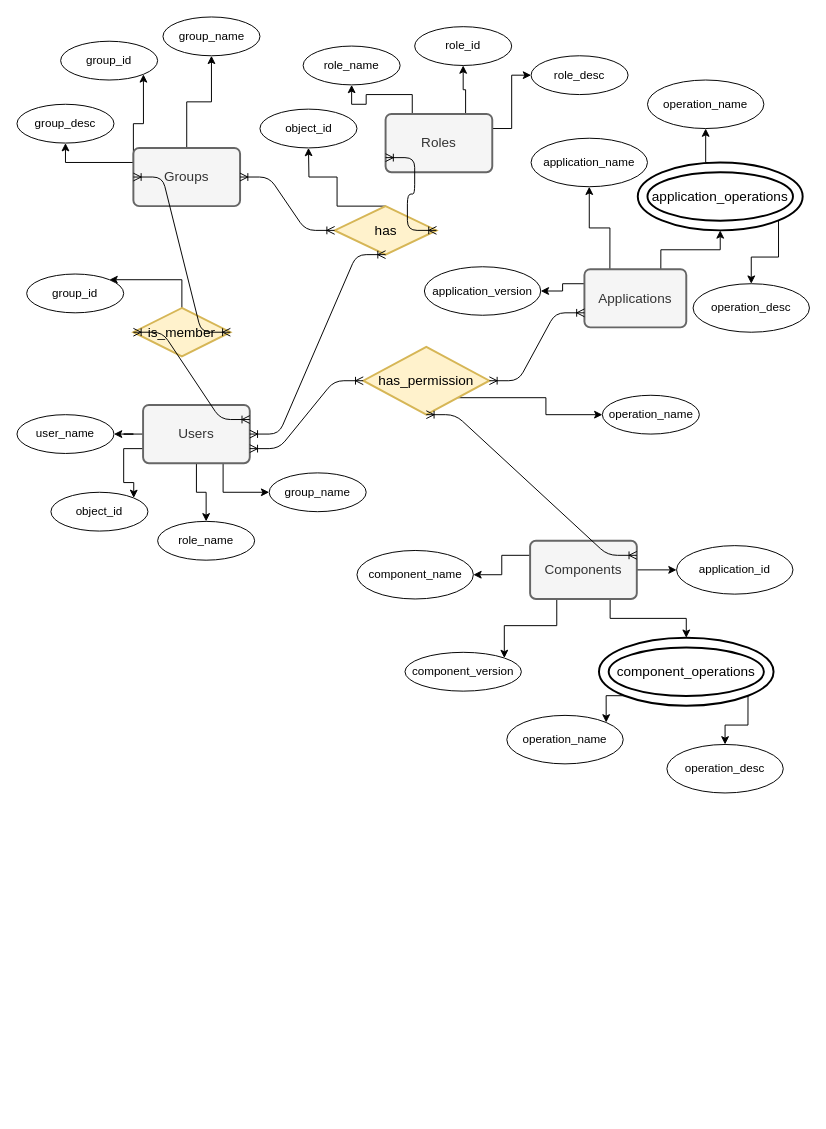
Before: PolicyServerDiagram.drawio in gazalle/IdentityManagement, a draw.io diagram. Source tidied: cells renumbered, new cells numbered last; positions are measured from the earlier drawing's top-left corner, leaving out a move shared by most shapes. Both pictures are drawn from the tidied source at 97%, with x=0, y=0 at pixel (16, 16).
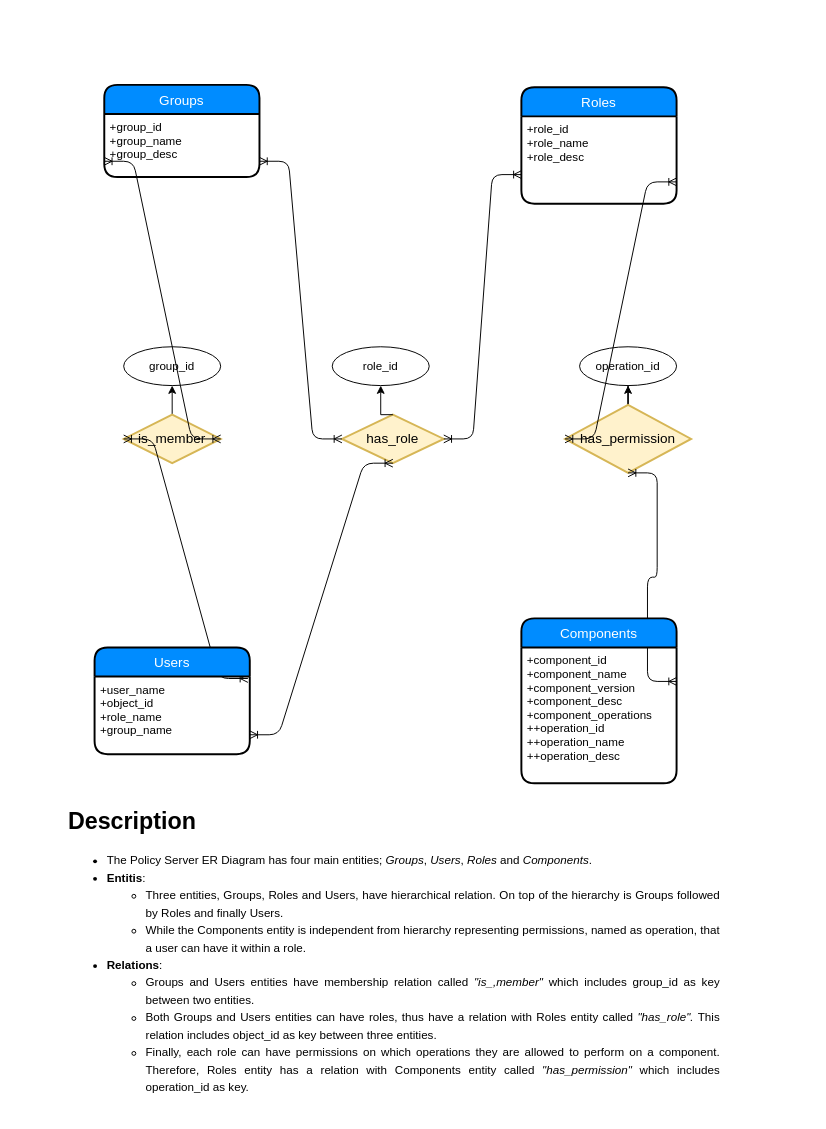
The same page after the edit.

What changed in the source:
```diff
@@
-    <mxCell id="2" style="edgeStyle=orthogonalEdgeStyle;rounded=0;jettySize=auto;html=1;exitX=0.5;exitY=0;exitDx=0;exitDy=0;" parent="1" edge="1" source="5" target="24">
-      <mxGeometry relative="1" as="geometry" />
-    </mxCell>
-    <mxCell id="3" style="edgeStyle=orthogonalEdgeStyle;rounded=0;jettySize=auto;html=1;exitX=0;exitY=0.25;exitDx=0;exitDy=0;entryX=1;entryY=1;entryDx=0;entryDy=0;" parent="1" edge="1" source="5" target="25">
-      <mxGeometry relative="1" as="geometry">
-        <Array as="points">
-          <mxPoint x="120" y="110" />
-          <mxPoint x="130" y="110" />
-        </Array>
-      </mxGeometry>
-    </mxCell>
-    <mxCell id="4" style="edgeStyle=orthogonalEdgeStyle;rounded=0;jettySize=auto;html=1;exitX=0;exitY=0.25;exitDx=0;exitDy=0;entryX=0.5;entryY=1;entryDx=0;entryDy=0;" parent="1" edge="1" source="5" target="26">
-      <mxGeometry relative="1" as="geometry" />
-    </mxCell>
-    <mxCell id="5" value="Groups" style="strokeWidth=2;rounded=1;arcSize=10;whiteSpace=wrap;html=1;align=center;fontSize=14;fillColor=#f5f5f5;strokeColor=#666666;fontColor=#333333;" parent="1" vertex="1">
-      <mxGeometry x="120" y="135" width="110" height="60" as="geometry" />
-    </mxCell>
-    <mxCell id="6" style="edgeStyle=orthogonalEdgeStyle;rounded=0;jettySize=auto;html=1;exitX=0.25;exitY=0;exitDx=0;exitDy=0;entryX=0.5;entryY=1;entryDx=0;entryDy=0;" parent="1" edge="1" source="9" target="27">
-      <mxGeometry relative="1" as="geometry" />
-    </mxCell>
-    <mxCell id="7" style="edgeStyle=orthogonalEdgeStyle;rounded=0;jettySize=auto;html=1;exitX=0.75;exitY=0;exitDx=0;exitDy=0;entryX=0.5;entryY=1;entryDx=0;entryDy=0;" parent="1" edge="1" source="9" target="28">
-      <mxGeometry relative="1" as="geometry" />
-    </mxCell>
-    <mxCell id="8" style="edgeStyle=orthogonalEdgeStyle;rounded=0;jettySize=auto;html=1;exitX=1;exitY=0.25;exitDx=0;exitDy=0;entryX=0;entryY=0.5;entryDx=0;entryDy=0;" parent="1" edge="1" source="9" target="29">
-      <mxGeometry relative="1" as="geometry" />
-    </mxCell>
-    <mxCell id="9" value="Roles" style="strokeWidth=2;rounded=1;arcSize=10;whiteSpace=wrap;html=1;align=center;fontSize=14;fillColor=#f5f5f5;strokeColor=#666666;fontColor=#333333;" parent="1" vertex="1">
-      <mxGeometry x="380" y="100" width="110" height="60" as="geometry" />
-    </mxCell>
-    <mxCell id="10" style="edgeStyle=orthogonalEdgeStyle;rounded=0;jettySize=auto;html=1;entryX=1;entryY=0.5;entryDx=0;entryDy=0;" parent="1" edge="1" source="14" target="34">
-      <mxGeometry relative="1" as="geometry" />
-    </mxCell>
-    <mxCell id="11" style="edgeStyle=orthogonalEdgeStyle;rounded=0;jettySize=auto;html=1;exitX=0;exitY=0.75;exitDx=0;exitDy=0;entryX=1;entryY=0;entryDx=0;entryDy=0;" parent="1" edge="1" source="14" target="35">
-      <mxGeometry relative="1" as="geometry" />
-    </mxCell>
-    <mxCell id="12" style="edgeStyle=orthogonalEdgeStyle;rounded=0;jettySize=auto;html=1;" parent="1" edge="1" source="14" target="37">
-      <mxGeometry relative="1" as="geometry" />
-    </mxCell>
-    <mxCell id="13" style="edgeStyle=orthogonalEdgeStyle;rounded=0;jettySize=auto;html=1;exitX=0.75;exitY=1;exitDx=0;exitDy=0;entryX=0;entryY=0.5;entryDx=0;entryDy=0;" parent="1" edge="1" source="14" target="38">
-      <mxGeometry relative="1" as="geometry" />
-    </mxCell>
-    <mxCell id="14" value="Users" style="strokeWidth=2;rounded=1;arcSize=10;whiteSpace=wrap;html=1;align=center;fontSize=14;fillColor=#f5f5f5;strokeColor=#666666;fontColor=#333333;" parent="1" vertex="1">
-      <mxGeometry x="130" y="400" width="110" height="60" as="geometry" />
-    </mxCell>
-    <mxCell id="15" style="edgeStyle=orthogonalEdgeStyle;rounded=0;jettySize=auto;html=1;exitX=0;exitY=0.25;exitDx=0;exitDy=0;entryX=1;entryY=0.5;entryDx=0;entryDy=0;" parent="1" edge="1" source="19" target="43">
-      <mxGeometry relative="1" as="geometry" />
-    </mxCell>
-    <mxCell id="16" style="edgeStyle=orthogonalEdgeStyle;rounded=0;jettySize=auto;html=1;exitX=1;exitY=0.5;exitDx=0;exitDy=0;entryX=0;entryY=0.5;entryDx=0;entryDy=0;" parent="1" edge="1" source="19" target="50">
-      <mxGeometry relative="1" as="geometry" />
-    </mxCell>
-    <mxCell id="17" style="edgeStyle=orthogonalEdgeStyle;rounded=0;jettySize=auto;html=1;exitX=0.25;exitY=1;exitDx=0;exitDy=0;entryX=1;entryY=0;entryDx=0;entryDy=0;" parent="1" edge="1" source="19" target="44">
-      <mxGeometry relative="1" as="geometry" />
-    </mxCell>
-    <mxCell id="18" style="edgeStyle=orthogonalEdgeStyle;rounded=0;jettySize=auto;html=1;exitX=0.75;exitY=1;exitDx=0;exitDy=0;entryX=0.5;entryY=0;entryDx=0;entryDy=0;" parent="1" edge="1" source="19" target="47">
-      <mxGeometry relative="1" as="geometry" />
-    </mxCell>
-    <mxCell id="19" value="Components" style="strokeWidth=2;rounded=1;arcSize=10;whiteSpace=wrap;html=1;align=center;fontSize=14;fillColor=#f5f5f5;strokeColor=#666666;fontColor=#333333;" parent="1" vertex="1">
-      <mxGeometry x="529" y="540" width="110" height="60" as="geometry" />
-    </mxCell>
-    <mxCell id="20" style="edgeStyle=orthogonalEdgeStyle;rounded=0;jettySize=auto;html=1;exitX=0.25;exitY=0;exitDx=0;exitDy=0;entryX=0.5;entryY=1;entryDx=0;entryDy=0;" parent="1" edge="1" source="23" target="51">
-      <mxGeometry relative="1" as="geometry" />
-    </mxCell>
-    <mxCell id="21" style="edgeStyle=orthogonalEdgeStyle;rounded=0;jettySize=auto;html=1;exitX=0;exitY=0.25;exitDx=0;exitDy=0;entryX=1;entryY=0.5;entryDx=0;entryDy=0;" parent="1" edge="1" source="23" target="52">
-      <mxGeometry relative="1" as="geometry" />
-    </mxCell>
-    <mxCell id="22" style="edgeStyle=orthogonalEdgeStyle;rounded=0;jettySize=auto;html=1;exitX=0.75;exitY=0;exitDx=0;exitDy=0;entryX=0.5;entryY=1;entryDx=0;entryDy=0;" parent="1" edge="1" source="23" target="55">
-      <mxGeometry relative="1" as="geometry" />
-    </mxCell>
-    <mxCell id="23" value="Applications" style="strokeWidth=2;rounded=1;arcSize=10;whiteSpace=wrap;html=1;align=center;fontSize=14;fillColor=#f5f5f5;strokeColor=#666666;fontColor=#333333;" parent="1" vertex="1">
-      <mxGeometry x="585" y="260" width="105" height="60" as="geometry" />
-    </mxCell>
-    <mxCell id="24" value="group_name" style="ellipse;whiteSpace=wrap;html=1;" parent="1" vertex="1">
-      <mxGeometry x="150.5" width="100" height="40" as="geometry" />
-    </mxCell>
-    <mxCell id="25" value="group_id" style="ellipse;whiteSpace=wrap;html=1;" parent="1" vertex="1">
-      <mxGeometry x="45" y="25" width="100" height="40" as="geometry" />
-    </mxCell>
-    <mxCell id="26" value="group_desc" style="ellipse;whiteSpace=wrap;html=1;" parent="1" vertex="1">
-      <mxGeometry y="90" width="100" height="40" as="geometry" />
-    </mxCell>
-    <mxCell id="27" value="role_name" style="ellipse;whiteSpace=wrap;html=1;" parent="1" vertex="1">
-      <mxGeometry x="295" y="30" width="100" height="40" as="geometry" />
-    </mxCell>
-    <mxCell id="28" value="role_id" style="ellipse;whiteSpace=wrap;html=1;" parent="1" vertex="1">
-      <mxGeometry x="410" y="10" width="100" height="40" as="geometry" />
-    </mxCell>
-    <mxCell id="29" value="role_desc" style="ellipse;whiteSpace=wrap;html=1;" parent="1" vertex="1">
-      <mxGeometry x="530" y="40" width="100" height="40" as="geometry" />
-    </mxCell>
-    <mxCell id="30" style="edgeStyle=orthogonalEdgeStyle;rounded=0;jettySize=auto;html=1;exitX=0.5;exitY=0;exitDx=0;exitDy=0;entryX=1;entryY=0;entryDx=0;entryDy=0;" parent="1" edge="1" source="31" target="39">
+    <mxCell id="30" style="edgeStyle=orthogonalEdgeStyle;rounded=0;jettySize=auto;html=1;exitX=0.5;exitY=0;exitDx=0;exitDy=0;entryX=0.5;entryY=1;entryDx=0;entryDy=0;" parent="1" edge="1" source="31" target="39">
       <mxGeometry relative="1" as="geometry" />
     </mxCell>
     <mxCell id="31" value="is_member" style="shape=rhombus;strokeWidth=2;fontSize=17;perimeter=rhombusPerimeter;whiteSpace=wrap;html=1;align=center;fontSize=14;fillColor=#fff2cc;strokeColor=#d6b656;" parent="1" vertex="1">
-      <mxGeometry x="120" y="300" width="100" height="50" as="geometry" />
+      <mxGeometry x="110" y="410" width="100" height="50" as="geometry" />
     </mxCell>
-    <mxCell id="32" style="edgeStyle=orthogonalEdgeStyle;rounded=0;jettySize=auto;html=1;exitX=0.5;exitY=0;exitDx=0;exitDy=0;" parent="1" edge="1" source="33" target="36">
-      <mxGeometry relative="1" as="geometry">
-        <Array as="points">
-          <mxPoint x="330" y="195" />
-          <mxPoint x="330" y="165" />
-          <mxPoint x="301" y="165" />
-        </Array>
-      </mxGeometry>
-    </mxCell>
-    <mxCell id="33" value="has" style="shape=rhombus;strokeWidth=2;fontSize=17;perimeter=rhombusPerimeter;whiteSpace=wrap;html=1;align=center;fontSize=14;fillColor=#fff2cc;strokeColor=#d6b656;" parent="1" vertex="1">
-      <mxGeometry x="327.5" y="195" width="105" height="50" as="geometry" />
+    <mxCell id="33" value="has_role" style="shape=rhombus;strokeWidth=2;fontSize=17;perimeter=rhombusPerimeter;whiteSpace=wrap;html=1;align=center;fontSize=14;fillColor=#fff2cc;strokeColor=#d6b656;" parent="1" vertex="1">
+      <mxGeometry x="335" y="410" width="105" height="50" as="geometry" />
     </mxCell>
-    <mxCell id="34" value="user_name" style="ellipse;whiteSpace=wrap;html=1;" parent="1" vertex="1">
-      <mxGeometry y="410" width="100" height="40" as="geometry" />
-    </mxCell>
-    <mxCell id="35" value="object_id" style="ellipse;whiteSpace=wrap;html=1;" parent="1" vertex="1">
-      <mxGeometry x="35" y="490" width="100" height="40" as="geometry" />
-    </mxCell>
-    <mxCell id="36" value="object_id" style="ellipse;whiteSpace=wrap;html=1;" parent="1" vertex="1">
-      <mxGeometry x="250.5" y="95" width="100" height="40" as="geometry" />
-    </mxCell>
-    <mxCell id="37" value="role_name" style="ellipse;whiteSpace=wrap;html=1;" parent="1" vertex="1">
-      <mxGeometry x="145" y="520" width="100" height="40" as="geometry" />
-    </mxCell>
-    <mxCell id="38" value="group_name" style="ellipse;whiteSpace=wrap;html=1;" parent="1" vertex="1">
-      <mxGeometry x="260" y="470" width="100" height="40" as="geometry" />
-    </mxCell>
     <mxCell id="39" value="group_id" style="ellipse;whiteSpace=wrap;html=1;" parent="1" vertex="1">
-      <mxGeometry x="10" y="265" width="100" height="40" as="geometry" />
+      <mxGeometry x="110" y="340" width="100" height="40" as="geometry" />
     </mxCell>
-    <mxCell id="40" value="operation_name" style="ellipse;whiteSpace=wrap;html=1;" parent="1" vertex="1">
-      <mxGeometry x="603.5" y="390" width="100" height="40" as="geometry" />
+    <mxCell id="40" value="operation_id" style="ellipse;whiteSpace=wrap;html=1;" parent="1" vertex="1">
+      <mxGeometry x="580" y="340" width="100" height="40" as="geometry" />
     </mxCell>
-    <mxCell id="41" style="edgeStyle=orthogonalEdgeStyle;rounded=0;jettySize=auto;html=1;entryX=0;entryY=0.5;entryDx=0;entryDy=0;exitX=1;exitY=1;exitDx=0;exitDy=0;" parent="1" edge="1" source="42" target="40">
+    <mxCell id="41" style="edgeStyle=orthogonalEdgeStyle;rounded=0;jettySize=auto;html=1;entryX=0.5;entryY=1;entryDx=0;entryDy=0;" parent="1" edge="1" source="42" target="40">
       <mxGeometry relative="1" as="geometry" />
     </mxCell>
     <mxCell id="42" value="has_permission" style="shape=rhombus;strokeWidth=2;fontSize=17;perimeter=rhombusPerimeter;whiteSpace=wrap;html=1;align=center;fontSize=14;fillColor=#fff2cc;strokeColor=#d6b656;" parent="1" vertex="1">
-      <mxGeometry x="357" y="340" width="130" height="70" as="geometry" />
+      <mxGeometry x="565" y="400" width="130" height="70" as="geometry" />
     </mxCell>
-    <mxCell id="43" value="component_name" style="ellipse;whiteSpace=wrap;html=1;" parent="1" vertex="1">
-      <mxGeometry x="350.5" y="550" width="120" height="50" as="geometry" />
-    </mxCell>
-    <mxCell id="44" value="component_version" style="ellipse;whiteSpace=wrap;html=1;" parent="1" vertex="1">
-      <mxGeometry x="400" y="655" width="120" height="40" as="geometry" />
-    </mxCell>
-    <mxCell id="45" style="edgeStyle=orthogonalEdgeStyle;rounded=0;jettySize=auto;html=1;exitX=0;exitY=1;exitDx=0;exitDy=0;entryX=1;entryY=0;entryDx=0;entryDy=0;" parent="1" edge="1" source="47" target="48">
-      <mxGeometry relative="1" as="geometry" />
-    </mxCell>
-    <mxCell id="46" style="edgeStyle=orthogonalEdgeStyle;rounded=0;jettySize=auto;html=1;exitX=1;exitY=1;exitDx=0;exitDy=0;entryX=0.5;entryY=0;entryDx=0;entryDy=0;" parent="1" edge="1" source="47" target="49">
-      <mxGeometry relative="1" as="geometry" />
-    </mxCell>
-    <mxCell id="47" value="component_operations" style="ellipse;shape=doubleEllipse;margin=10;strokeWidth=2;fontSize=14;whiteSpace=wrap;html=1;align=center;" parent="1" vertex="1">
-      <mxGeometry x="600" y="640" width="180" height="70" as="geometry" />
-    </mxCell>
-    <mxCell id="48" value="operation_name" style="ellipse;whiteSpace=wrap;html=1;" parent="1" vertex="1">
-      <mxGeometry x="505" y="720" width="120" height="50" as="geometry" />
-    </mxCell>
-    <mxCell id="49" value="operation_desc" style="ellipse;whiteSpace=wrap;html=1;" parent="1" vertex="1">
-      <mxGeometry x="670" y="750" width="120" height="50" as="geometry" />
-    </mxCell>
-    <mxCell id="50" value="application_id" style="ellipse;whiteSpace=wrap;html=1;" parent="1" vertex="1">
-      <mxGeometry x="680" y="545" width="120" height="50" as="geometry" />
-    </mxCell>
-    <mxCell id="51" value="application_name" style="ellipse;whiteSpace=wrap;html=1;" parent="1" vertex="1">
-      <mxGeometry x="530" y="125" width="120" height="50" as="geometry" />
-    </mxCell>
-    <mxCell id="52" value="application_version" style="ellipse;whiteSpace=wrap;html=1;" parent="1" vertex="1">
-      <mxGeometry x="420" y="257.5" width="120" height="50" as="geometry" />
-    </mxCell>
-    <mxCell id="53" style="edgeStyle=orthogonalEdgeStyle;rounded=0;jettySize=auto;html=1;exitX=1;exitY=1;exitDx=0;exitDy=0;entryX=0.5;entryY=0;entryDx=0;entryDy=0;" parent="1" edge="1" source="55" target="57">
-      <mxGeometry relative="1" as="geometry" />
-    </mxCell>
-    <mxCell id="54" style="edgeStyle=orthogonalEdgeStyle;rounded=0;jettySize=auto;html=1;exitX=0.5;exitY=0;exitDx=0;exitDy=0;entryX=0.5;entryY=1;entryDx=0;entryDy=0;" parent="1" edge="1" source="55" target="56">
-      <mxGeometry relative="1" as="geometry" />
-    </mxCell>
-    <mxCell id="55" value="application_operations" style="ellipse;shape=doubleEllipse;margin=10;strokeWidth=2;fontSize=14;whiteSpace=wrap;html=1;align=center;" parent="1" vertex="1">
-      <mxGeometry x="640" y="150" width="170" height="70" as="geometry" />
-    </mxCell>
-    <mxCell id="56" value="operation_name" style="ellipse;whiteSpace=wrap;html=1;" parent="1" vertex="1">
-      <mxGeometry x="650" y="65" width="120" height="50" as="geometry" />
-    </mxCell>
-    <mxCell id="57" value="operation_desc" style="ellipse;whiteSpace=wrap;html=1;" parent="1" vertex="1">
-      <mxGeometry x="697" y="275" width="120" height="50" as="geometry" />
-    </mxCell>
-    <mxCell id="58" style="edgeStyle=entityRelationEdgeStyle;fontSize=12;html=1;endArrow=ERoneToMany;startArrow=ERoneToMany;exitX=1;exitY=0.5;exitDx=0;exitDy=0;entryX=0.5;entryY=1;entryDx=0;entryDy=0;" parent="1" edge="1" source="14" target="33">
+    <mxCell id="58" style="edgeStyle=entityRelationEdgeStyle;fontSize=12;html=1;endArrow=ERoneToMany;startArrow=ERoneToMany;exitX=1;exitY=0.75;exitDx=0;exitDy=0;entryX=0.5;entryY=1;entryDx=0;entryDy=0;" parent="1" edge="1" source="70" target="33">
       <mxGeometry relative="1" as="geometry" />
     </mxCell>
-    <mxCell id="59" style="edgeStyle=entityRelationEdgeStyle;fontSize=12;html=1;endArrow=ERoneToMany;startArrow=ERoneToMany;entryX=0;entryY=0.5;entryDx=0;entryDy=0;exitX=1;exitY=0.25;exitDx=0;exitDy=0;" parent="1" edge="1" source="14" target="31">
+    <mxCell id="59" style="edgeStyle=entityRelationEdgeStyle;fontSize=12;html=1;endArrow=ERoneToMany;startArrow=ERoneToMany;entryX=0;entryY=0.5;entryDx=0;entryDy=0;exitX=0.988;exitY=0.025;exitDx=0;exitDy=0;exitPerimeter=0;" parent="1" edge="1" source="70" target="31">
       <mxGeometry relative="1" as="geometry" />
     </mxCell>
-    <mxCell id="60" style="edgeStyle=entityRelationEdgeStyle;fontSize=12;html=1;endArrow=ERoneToMany;startArrow=ERoneToMany;exitX=1;exitY=0.5;exitDx=0;exitDy=0;entryX=0;entryY=0.5;entryDx=0;entryDy=0;" parent="1" edge="1" source="31" target="5">
+    <mxCell id="60" style="edgeStyle=entityRelationEdgeStyle;fontSize=12;html=1;endArrow=ERoneToMany;startArrow=ERoneToMany;exitX=1;exitY=0.5;exitDx=0;exitDy=0;entryX=0;entryY=0.75;entryDx=0;entryDy=0;" parent="1" edge="1" source="31" target="66">
       <mxGeometry relative="1" as="geometry" />
     </mxCell>
-    <mxCell id="61" style="edgeStyle=entityRelationEdgeStyle;fontSize=12;html=1;endArrow=ERoneToMany;startArrow=ERoneToMany;exitX=1;exitY=0.75;exitDx=0;exitDy=0;entryX=0;entryY=0.5;entryDx=0;entryDy=0;" parent="1" edge="1" source="14" target="42">
+    <mxCell id="61" style="edgeStyle=entityRelationEdgeStyle;fontSize=12;html=1;endArrow=ERoneToMany;startArrow=ERoneToMany;exitX=1;exitY=0.75;exitDx=0;exitDy=0;entryX=0;entryY=0.5;entryDx=0;entryDy=0;" parent="1" edge="1" source="67" target="42">
       <mxGeometry relative="1" as="geometry" />
     </mxCell>
-    <mxCell id="62" style="edgeStyle=entityRelationEdgeStyle;fontSize=12;html=1;endArrow=ERoneToMany;startArrow=ERoneToMany;exitX=1;exitY=0.5;exitDx=0;exitDy=0;entryX=0;entryY=0.5;entryDx=0;entryDy=0;" parent="1" edge="1" source="5" target="33">
+    <mxCell id="62" style="edgeStyle=entityRelationEdgeStyle;fontSize=12;html=1;endArrow=ERoneToMany;startArrow=ERoneToMany;exitX=1;exitY=0.75;exitDx=0;exitDy=0;entryX=0;entryY=0.5;entryDx=0;entryDy=0;" parent="1" edge="1" source="66" target="33">
       <mxGeometry relative="1" as="geometry" />
     </mxCell>
@@
-    <mxCell id="64" style="edgeStyle=entityRelationEdgeStyle;fontSize=12;html=1;endArrow=ERoneToMany;startArrow=ERoneToMany;exitX=1;exitY=0.25;exitDx=0;exitDy=0;entryX=0.5;entryY=1;entryDx=0;entryDy=0;" parent="1" edge="1" source="19" target="42">
+    <mxCell id="64" style="edgeStyle=entityRelationEdgeStyle;fontSize=12;html=1;endArrow=ERoneToMany;startArrow=ERoneToMany;exitX=1;exitY=0.25;exitDx=0;exitDy=0;entryX=0.5;entryY=1;entryDx=0;entryDy=0;" parent="1" edge="1" source="68" target="42">
       <mxGeometry relative="1" as="geometry" />
     </mxCell>
-    <mxCell id="65" style="edgeStyle=entityRelationEdgeStyle;fontSize=12;html=1;endArrow=ERoneToMany;startArrow=ERoneToMany;entryX=0;entryY=0.75;entryDx=0;entryDy=0;exitX=1;exitY=0.5;exitDx=0;exitDy=0;" parent="1" edge="1" source="42" target="23">
-      <mxGeometry relative="1" as="geometry" />
-    </mxCell>
+    <mxCell id="5" value="Groups" style="swimlane;horizontal=1;startSize=30;fillColor=#008cff;fontColor=#FFFFFF;rounded=1;fontSize=14;fontStyle=0;strokeWidth=2;shadow=0;dashed=0;align=center;" parent="1" vertex="1">
+      <mxGeometry x="90" y="70" width="160" height="95" as="geometry" />
+    </mxCell>
+    <mxCell id="66" value="+group_id&#10;+group_name&#10;+group_desc&#10;" style="align=left;strokeColor=none;fillColor=none;spacingLeft=4;fontSize=12;verticalAlign=top;" parent="5" vertex="1">
+      <mxGeometry y="30" width="160" height="65" as="geometry" />
+    </mxCell>
+    <mxCell id="9" value="Roles" style="swimlane;horizontal=1;startSize=30;fillColor=#008cff;fontColor=#FFFFFF;rounded=1;fontSize=14;fontStyle=0;strokeWidth=2;shadow=0;dashed=0;align=center;" parent="1" vertex="1">
+      <mxGeometry x="520" y="72.5" width="160" height="120" as="geometry" />
+    </mxCell>
+    <mxCell id="67" value="+role_id&#10;+role_name&#10;+role_desc&#10;&#10;" style="align=left;strokeColor=none;fillColor=none;spacingLeft=4;fontSize=12;verticalAlign=top;" parent="9" vertex="1">
+      <mxGeometry y="30" width="160" height="90" as="geometry" />
+    </mxCell>
+    <mxCell id="19" value="Components" style="swimlane;horizontal=1;startSize=30;fillColor=#008cff;fontColor=#FFFFFF;rounded=1;fontSize=14;fontStyle=0;strokeWidth=2;shadow=0;dashed=0;align=center;" parent="1" vertex="1">
+      <mxGeometry x="520" y="620" width="160" height="170" as="geometry" />
+    </mxCell>
+    <mxCell id="68" value="+component_id&#10;+component_name&#10;+component_version&#10;+component_desc&#10;+component_operations&#10;++operation_id&#10;++operation_name&#10;++operation_desc&#10;" style="align=left;strokeColor=none;fillColor=none;spacingLeft=4;fontSize=12;verticalAlign=top;" parent="19" vertex="1">
+      <mxGeometry y="30" width="160" height="140" as="geometry" />
+    </mxCell>
+    <mxCell id="28" value="role_id" style="ellipse;whiteSpace=wrap;html=1;" parent="1" vertex="1">
+      <mxGeometry x="325" y="340" width="100" height="40" as="geometry" />
+    </mxCell>
+    <mxCell id="69" style="edgeStyle=orthogonalEdgeStyle;rounded=0;jettySize=auto;html=1;entryX=0.5;entryY=1;entryDx=0;entryDy=0;exitX=0.5;exitY=0;exitDx=0;exitDy=0;" parent="1" edge="1" source="33" target="28">
+      <mxGeometry relative="1" as="geometry" />
+    </mxCell>
+    <mxCell id="14" value="Users" style="swimlane;horizontal=1;startSize=30;fillColor=#008cff;fontColor=#FFFFFF;rounded=1;fontSize=14;fontStyle=0;strokeWidth=2;shadow=0;dashed=0;align=center;" parent="1" vertex="1">
+      <mxGeometry x="80" y="650" width="160" height="110" as="geometry" />
+    </mxCell>
+    <mxCell id="70" value="+user_name&#10;+object_id&#10;+role_name&#10;+group_name&#10;" style="align=left;strokeColor=none;fillColor=none;spacingLeft=4;fontSize=12;verticalAlign=top;" parent="14" vertex="1">
+      <mxGeometry y="30" width="160" height="80" as="geometry" />
+    </mxCell>
+    <mxCell id="71" value="&lt;h1&gt;Description&lt;/h1&gt;&lt;p style=&quot;text-align: justify&quot;&gt;&lt;/p&gt;&lt;blockquote style=&quot;margin: 0 0 0 40px ; border: none ; padding: 0px&quot;&gt;&lt;/blockquote&gt;&lt;ul style=&quot;line-height: 150%&quot;&gt;&lt;li style=&quot;text-align: justify&quot;&gt;The Policy Server ER Diagram has four main entities; &lt;i&gt;Groups&lt;/i&gt;, &lt;i&gt;Users&lt;/i&gt;, &lt;i&gt;Roles&lt;/i&gt; and &lt;i&gt;Components&lt;/i&gt;.&amp;nbsp;&lt;/li&gt;&lt;li style=&quot;text-align: justify&quot;&gt;&lt;b&gt;Entitis&lt;/b&gt;:&lt;/li&gt;&lt;ul&gt;&lt;li style=&quot;text-align: justify&quot;&gt;&lt;span&gt;Three entities, Groups, Roles and Users, have hierarchical relation. On top of the hierarchy is Groups followed by Roles and finally Users.&amp;nbsp;&lt;/span&gt;&lt;/li&gt;&lt;li style=&quot;text-align: justify&quot;&gt;&lt;span&gt;While the Components entity is independent from hierarchy representing permissions, named as operation, that a user can have it within a role.&lt;/span&gt;&lt;/li&gt;&lt;/ul&gt;&lt;li style=&quot;text-align: justify&quot;&gt;&lt;b&gt;Relations&lt;/b&gt;:&lt;/li&gt;&lt;ul&gt;&lt;li style=&quot;text-align: justify&quot;&gt;Groups and Users entities have membership relation called &lt;i&gt;&quot;is_,member&quot; &lt;/i&gt;which includes group_id as key between two entities.&amp;nbsp;&lt;/li&gt;&lt;li style=&quot;text-align: justify&quot;&gt;Both Groups and Users entities can have roles, thus have a relation with Roles entity called &lt;i&gt;&quot;has_role&quot;.&lt;/i&gt; This relation includes object_id as key between three entities.&amp;nbsp;&lt;/li&gt;&lt;li style=&quot;text-align: justify&quot;&gt;Finally, each role can have permissions on which operations they are allowed to perform on a component. Therefore, Roles entity has a relation with Components entity called &lt;i&gt;&quot;has_permission&quot;&lt;/i&gt; which includes operation_id as key.&amp;nbsp;&lt;/li&gt;&lt;/ul&gt;&lt;/ul&gt;&lt;blockquote style=&quot;margin: 0 0 0 40px ; border: none ; padding: 0px&quot;&gt;&lt;/blockquote&gt;&lt;p&gt;&lt;/p&gt;" style="text;html=1;strokeColor=none;fillColor=none;spacing=5;spacingTop=-20;whiteSpace=wrap;overflow=hidden;rounded=0;" parent="1" vertex="1">
+      <mxGeometry x="48" y="810" width="680" height="320" as="geometry" />
+    </mxCell>
```
